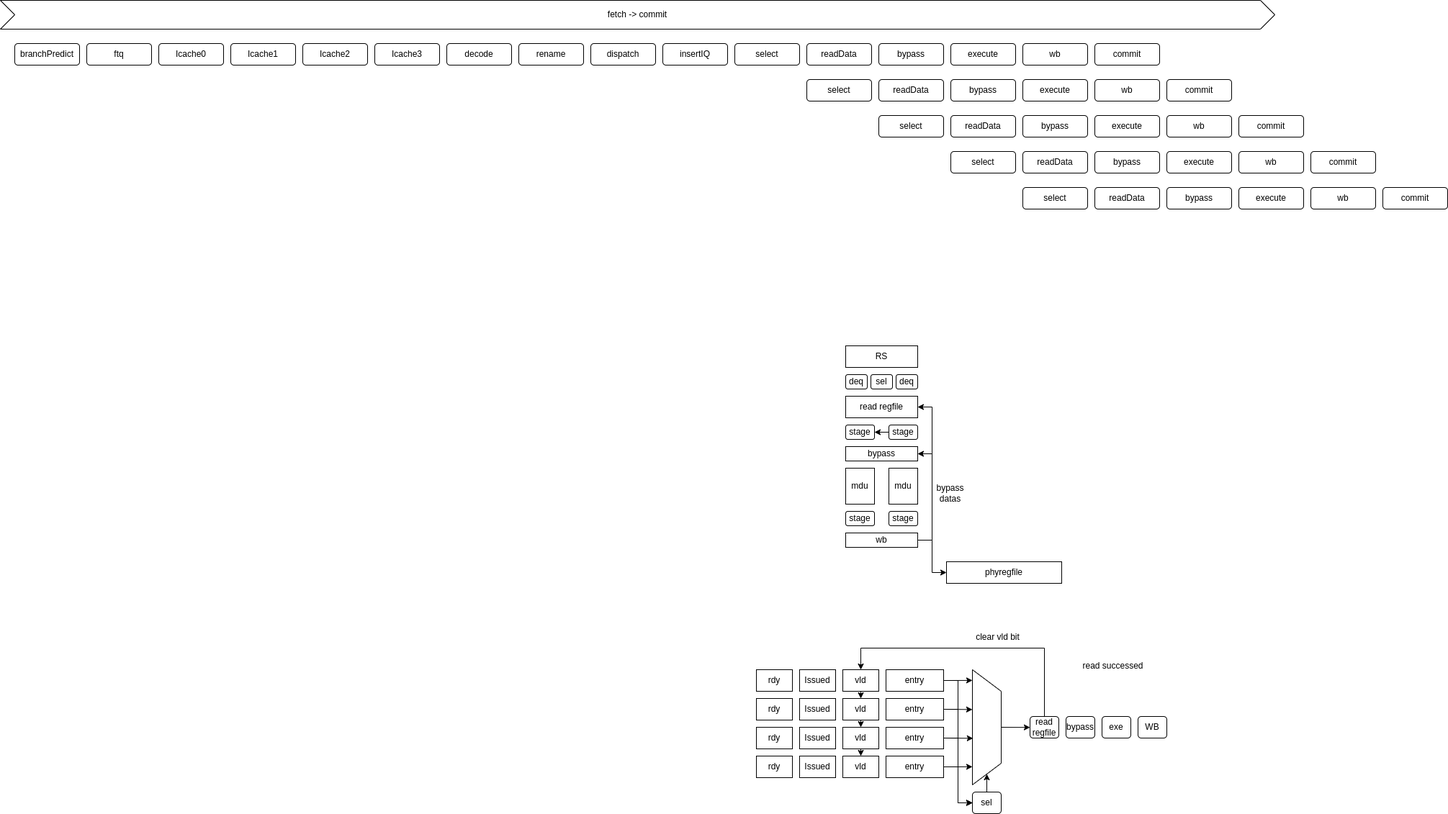
This is doc/pipeline.drawio.png from tastynoob/aura-core, a draw.io export, as it was before one commit. Source tidied: cells renumbered, new cells last; positions are measured from the earlier drawing's top-left corner, leaving out a move shared by most shapes.
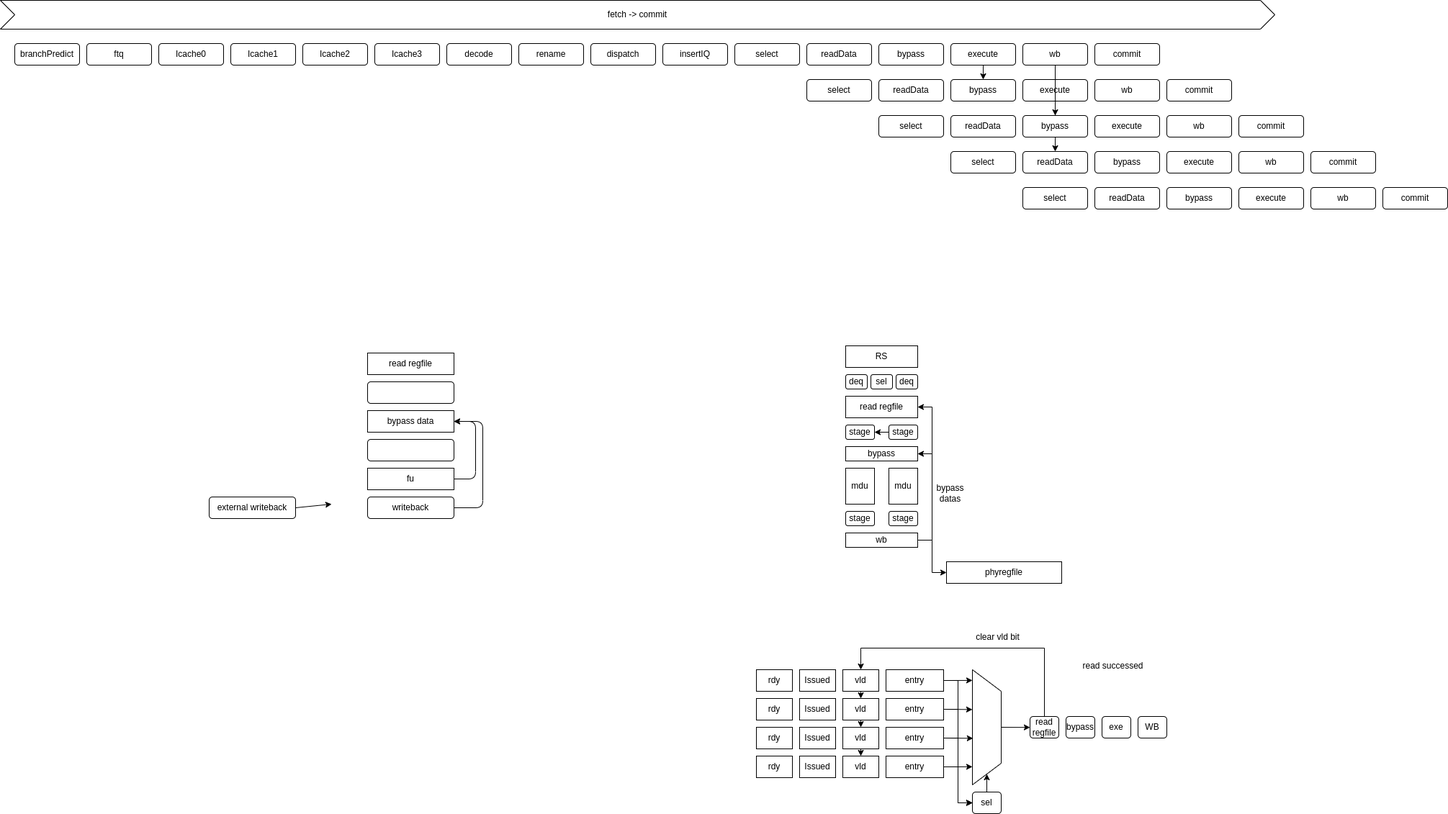
Later version of the same file.

The edit, as a diff of the source:
```diff
@@ -227,9 +227,15 @@
     <mxCell id="62" value="bypass" style="rounded=1;whiteSpace=wrap;html=1;" parent="1" vertex="1">
       <mxGeometry x="1220" y="60" width="90" height="30" as="geometry" />
     </mxCell>
+    <mxCell id="100" style="edgeStyle=none;html=1;exitX=0.5;exitY=1;exitDx=0;exitDy=0;entryX=0.5;entryY=0;entryDx=0;entryDy=0;" parent="1" edge="1" source="63" target="67">
+      <mxGeometry relative="1" as="geometry" />
+    </mxCell>
     <mxCell id="63" value="execute" style="rounded=1;whiteSpace=wrap;html=1;" parent="1" vertex="1">
       <mxGeometry x="1320" y="60" width="90" height="30" as="geometry" />
     </mxCell>
+    <mxCell id="101" style="edgeStyle=none;html=1;exitX=0.5;exitY=1;exitDx=0;exitDy=0;entryX=0.5;entryY=0;entryDx=0;entryDy=0;" parent="1" edge="1" source="64" target="76">
+      <mxGeometry relative="1" as="geometry" />
+    </mxCell>
     <mxCell id="64" value="wb" style="rounded=1;whiteSpace=wrap;html=1;" parent="1" vertex="1">
       <mxGeometry x="1420" y="60" width="90" height="30" as="geometry" />
     </mxCell>
@@ -338,5 +344,50 @@
     <mxCell id="99" value="Icache3" style="rounded=1;whiteSpace=wrap;html=1;" parent="1" vertex="1">
       <mxGeometry x="520" y="60" width="90" height="30" as="geometry" />
     </mxCell>
+    <mxCell id="102" style="edgeStyle=none;html=1;exitX=1;exitY=0.5;exitDx=0;exitDy=0;entryX=1;entryY=0.5;entryDx=0;entryDy=0;" parent="1" edge="1" source="103" target="105">
+      <mxGeometry relative="1" as="geometry">
+        <Array as="points">
+          <mxPoint x="660" y="665" />
+          <mxPoint x="660" y="585" />
+        </Array>
+      </mxGeometry>
+    </mxCell>
+    <mxCell id="103" value="fu" style="rounded=0;whiteSpace=wrap;html=1;" parent="1" vertex="1">
+      <mxGeometry x="510" y="650" width="120" height="30" as="geometry" />
+    </mxCell>
+    <mxCell id="104" style="rounded=1;whiteSpace=wrap;html=1;" parent="1" vertex="1">
+      <mxGeometry x="510" y="610" width="120" height="30" as="geometry" />
+    </mxCell>
+    <mxCell id="105" value="bypass data" style="rounded=0;whiteSpace=wrap;html=1;" parent="1" vertex="1">
+      <mxGeometry x="510" y="570" width="120" height="30" as="geometry" />
+    </mxCell>
+    <mxCell id="106" style="rounded=1;whiteSpace=wrap;html=1;" parent="1" vertex="1">
+      <mxGeometry x="510" y="530" width="120" height="30" as="geometry" />
+    </mxCell>
+    <mxCell id="107" value="read regfile" style="rounded=0;whiteSpace=wrap;html=1;" parent="1" vertex="1">
+      <mxGeometry x="510" y="490" width="120" height="30" as="geometry" />
+    </mxCell>
+    <mxCell id="108" style="edgeStyle=none;html=1;exitX=1;exitY=0.5;exitDx=0;exitDy=0;entryX=1;entryY=0.5;entryDx=0;entryDy=0;" parent="1" edge="1" source="109" target="105">
+      <mxGeometry relative="1" as="geometry">
+        <Array as="points">
+          <mxPoint x="670" y="705" />
+          <mxPoint x="670" y="585" />
+        </Array>
+      </mxGeometry>
+    </mxCell>
+    <mxCell id="109" value="writeback" style="rounded=1;whiteSpace=wrap;html=1;" parent="1" vertex="1">
+      <mxGeometry x="510" y="690" width="120" height="30" as="geometry" />
+    </mxCell>
+    <mxCell id="110" style="edgeStyle=none;html=1;exitX=1;exitY=0.5;exitDx=0;exitDy=0;" parent="1" edge="1" source="111">
+      <mxGeometry relative="1" as="geometry">
+        <mxPoint x="460" y="700" as="targetPoint" />
+      </mxGeometry>
+    </mxCell>
+    <mxCell id="111" value="external writeback" style="rounded=1;whiteSpace=wrap;html=1;" parent="1" vertex="1">
+      <mxGeometry x="290" y="690" width="120" height="30" as="geometry" />
+    </mxCell>
+    <mxCell id="112" style="edgeStyle=none;html=1;exitX=0.5;exitY=1;exitDx=0;exitDy=0;entryX=0.5;entryY=0;entryDx=0;entryDy=0;" parent="1" edge="1" source="64" target="72">
+      <mxGeometry relative="1" as="geometry" />
+    </mxCell>
   </root>
 </mxGraphModel>
```
